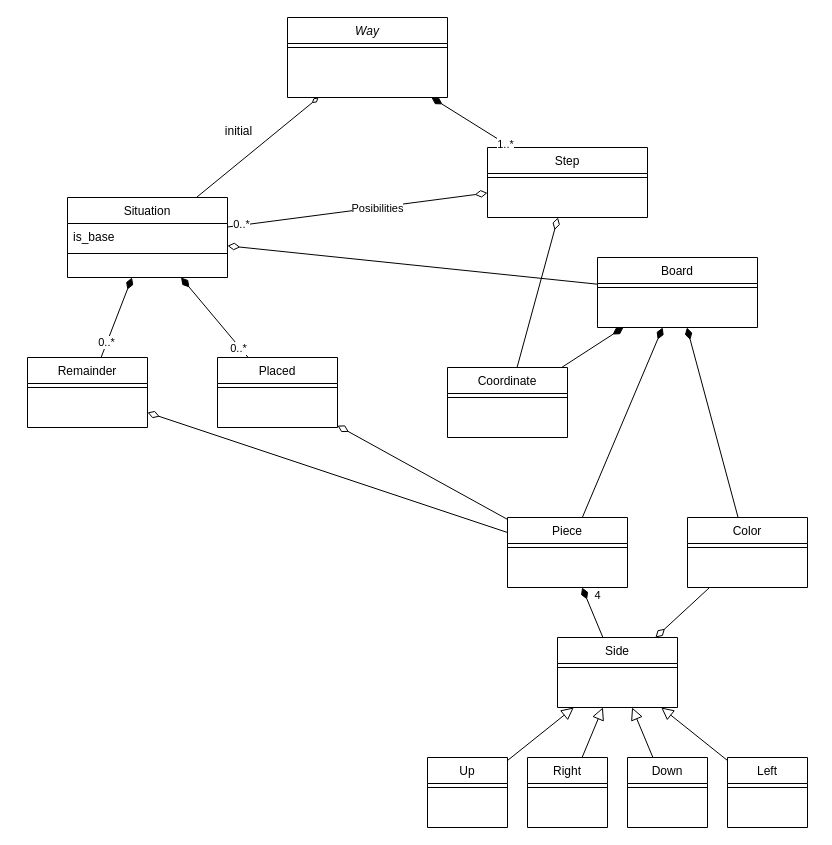
The draw.io diagram doc/Eternity2 Class Diagram.drawio in IgnacioMaestro/Eternity2, before the edit. Source tidied: cells renumbered, new cells numbered last; positions are measured from the earlier drawing's top-left corner, leaving out a move shared by most shapes. Both pictures are drawn from the tidied source at 100%, with x=0, y=0 at pixel (27, 17).
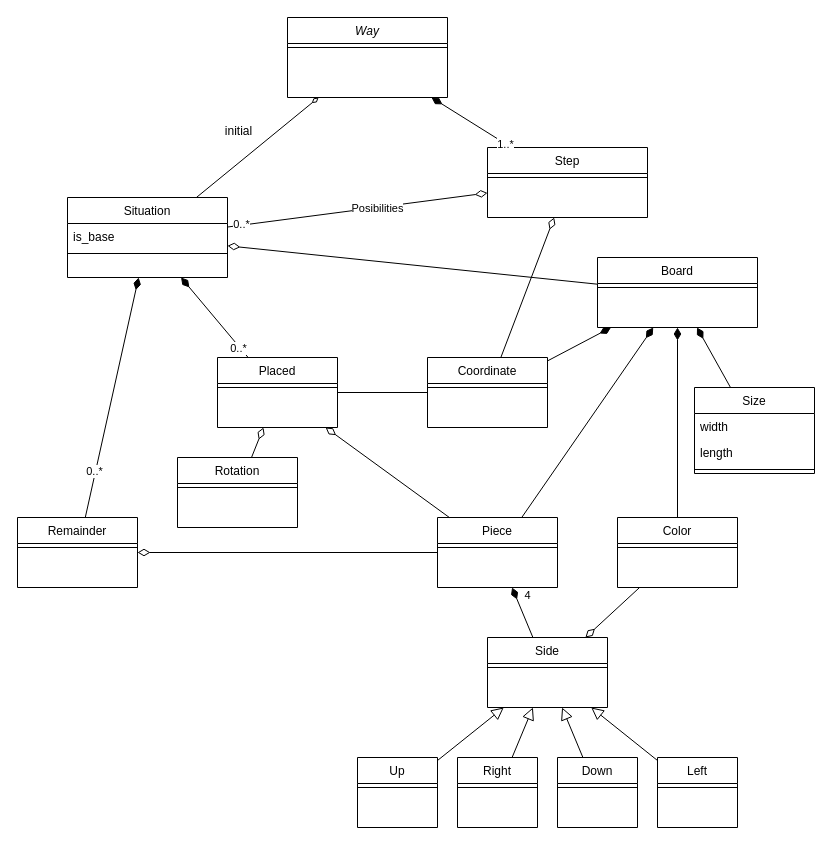
Above is the later version.

Unchanged cells that the change refers to:
```xml
<mxCell id="8" value="Board" style="swimlane;fontStyle=0;align=center;verticalAlign=top;horizontal=1;startSize=26;rounded=0;shadow=0;strokeWidth=1;" parent="1" vertex="1">
  <mxGeometry x="570" y="240" width="160" height="70" as="geometry" />
</mxCell>
<mxCell id="46" value="Placed" style="swimlane;fontStyle=0;align=center;verticalAlign=top;horizontal=1;startSize=26;rounded=0;shadow=0;strokeWidth=1;" parent="1" vertex="1">
  <mxGeometry x="190" y="340" width="120" height="70" as="geometry" />
</mxCell>
```

Change to the diagram source:
```diff
@@
     <mxCell id="19" value="Piece" style="swimlane;fontStyle=0;align=center;verticalAlign=top;horizontal=1;startSize=26;rounded=0;shadow=0;strokeWidth=1;" parent="1" vertex="1">
-      <mxGeometry x="480" y="500" width="120" height="70" as="geometry" />
+      <mxGeometry x="410" y="500" width="120" height="70" as="geometry" />
     </mxCell>
@@
     <mxCell id="21" value="Color" style="swimlane;fontStyle=0;align=center;verticalAlign=top;horizontal=1;startSize=26;rounded=0;shadow=0;strokeWidth=1;" parent="1" vertex="1">
-      <mxGeometry x="660" y="500" width="120" height="70" as="geometry" />
+      <mxGeometry x="590" y="500" width="120" height="70" as="geometry" />
     </mxCell>
@@
     <mxCell id="23" value="Coordinate" style="swimlane;fontStyle=0;align=center;verticalAlign=top;horizontal=1;startSize=26;rounded=0;shadow=0;strokeWidth=1;" parent="1" vertex="1">
-      <mxGeometry x="420" y="350" width="120" height="70" as="geometry" />
+      <mxGeometry x="400" y="340" width="120" height="70" as="geometry" />
     </mxCell>
@@
     <mxCell id="29" value="Side" style="swimlane;fontStyle=0;align=center;verticalAlign=top;horizontal=1;startSize=26;rounded=0;shadow=0;strokeWidth=1;" parent="1" vertex="1">
-      <mxGeometry x="530" y="620" width="120" height="70" as="geometry" />
+      <mxGeometry x="460" y="620" width="120" height="70" as="geometry" />
     </mxCell>
@@
     <mxCell id="34" value="Up" style="swimlane;fontStyle=0;align=center;verticalAlign=top;horizontal=1;startSize=26;rounded=0;shadow=0;strokeWidth=1;" parent="1" vertex="1">
-      <mxGeometry x="400" y="740" width="80" height="70" as="geometry" />
+      <mxGeometry x="330" y="740" width="80" height="70" as="geometry" />
     </mxCell>
@@
     <mxCell id="37" value="Right" style="swimlane;fontStyle=0;align=center;verticalAlign=top;horizontal=1;startSize=26;rounded=0;shadow=0;strokeWidth=1;" parent="1" vertex="1">
-      <mxGeometry x="500" y="740" width="80" height="70" as="geometry" />
+      <mxGeometry x="430" y="740" width="80" height="70" as="geometry" />
     </mxCell>
@@
     <mxCell id="39" value="Down" style="swimlane;fontStyle=0;align=center;verticalAlign=top;horizontal=1;startSize=26;rounded=0;shadow=0;strokeWidth=1;" parent="1" vertex="1">
-      <mxGeometry x="600" y="740" width="80" height="70" as="geometry" />
+      <mxGeometry x="530" y="740" width="80" height="70" as="geometry" />
     </mxCell>
@@
     <mxCell id="41" value="Left" style="swimlane;fontStyle=0;align=center;verticalAlign=top;horizontal=1;startSize=26;rounded=0;shadow=0;strokeWidth=1;" parent="1" vertex="1">
-      <mxGeometry x="700" y="740" width="80" height="70" as="geometry" />
+      <mxGeometry x="630" y="740" width="80" height="70" as="geometry" />
     </mxCell>
@@
     <mxCell id="48" value="Remainder" style="swimlane;fontStyle=0;align=center;verticalAlign=top;horizontal=1;startSize=26;rounded=0;shadow=0;strokeWidth=1;" parent="1" vertex="1">
-      <mxGeometry y="340" width="120" height="70" as="geometry" />
+      <mxGeometry x="-10" y="500" width="120" height="70" as="geometry" />
     </mxCell>
@@
+    <mxCell id="56" style="endArrow=none;endSize=10;endFill=0;shadow=0;strokeWidth=1;rounded=0;elbow=vertical;" parent="1" edge="1" source="23" target="46">
+      <mxGeometry relative="1" as="geometry" />
+    </mxCell>
+    <mxCell id="57" value="Size" style="swimlane;fontStyle=0;align=center;verticalAlign=top;horizontal=1;startSize=26;rounded=0;shadow=0;strokeWidth=1;" parent="1" vertex="1">
+      <mxGeometry x="667" y="370" width="120" height="86" as="geometry" />
+    </mxCell>
+    <mxCell id="58" value="width&#10;" style="text;align=left;verticalAlign=top;spacingLeft=4;spacingRight=4;overflow=hidden;" parent="57" vertex="1">
+      <mxGeometry y="26" width="120" height="26" as="geometry" />
+    </mxCell>
+    <mxCell id="59" value="length" style="text;align=left;verticalAlign=top;spacingLeft=4;spacingRight=4;overflow=hidden;" parent="57" vertex="1">
+      <mxGeometry y="52" width="120" height="26" as="geometry" />
+    </mxCell>
+    <mxCell id="60" style="line;html=1;strokeWidth=1;align=left;verticalAlign=middle;spacingTop=-1;spacingLeft=3;spacingRight=3;labelPosition=right;" parent="57" vertex="1">
+      <mxGeometry y="78" width="120" height="8" as="geometry" />
+    </mxCell>
+    <mxCell id="61" style="endArrow=diamondThin;endSize=10;endFill=1;shadow=0;strokeWidth=1;rounded=0;elbow=vertical;" parent="1" edge="1" source="57" target="8">
+      <mxGeometry relative="1" as="geometry" />
+    </mxCell>
+    <mxCell id="62" value="Rotation" style="swimlane;fontStyle=0;align=center;verticalAlign=top;horizontal=1;startSize=26;rounded=0;shadow=0;strokeWidth=1;" parent="1" vertex="1">
+      <mxGeometry x="150" y="440" width="120" height="70" as="geometry" />
+    </mxCell>
+    <mxCell id="63" style="line;html=1;strokeWidth=1;align=left;verticalAlign=middle;spacingTop=-1;spacingLeft=3;spacingRight=3;labelPosition=right;" parent="62" vertex="1">
+      <mxGeometry y="26" width="120" height="8" as="geometry" />
+    </mxCell>
+    <mxCell id="64" style="endArrow=diamondThin;endSize=10;endFill=0;shadow=0;strokeWidth=1;rounded=0;elbow=vertical;" parent="1" edge="1" source="62" target="46">
+      <mxGeometry relative="1" as="geometry" />
+    </mxCell>
```
